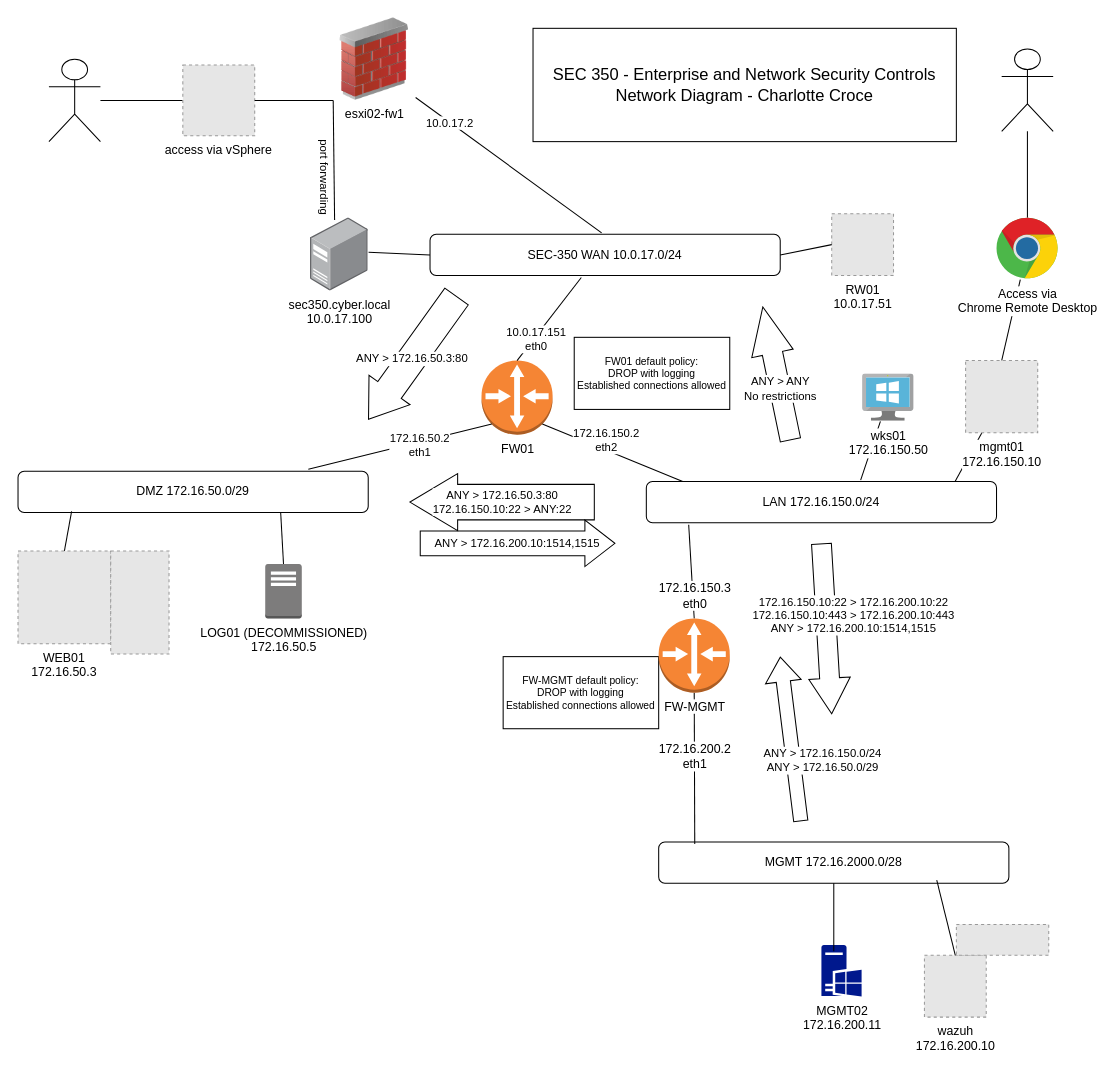
Earlier version of the draw.io diagram net-sec-controls-sec350/SEC350_network-diagram.drawio (charlottecroce/ChamplainTechJournals). Source tidied: cells renumbered, new cells numbered last; positions are measured from the earlier drawing's top-left corner, leaving out a move shared by most shapes. Both pictures are drawn from the tidied source at 103%, with x=0, y=0 at pixel (18, 18). Pictures stored in the file or linked from it are replaced by grey dashed boxes.
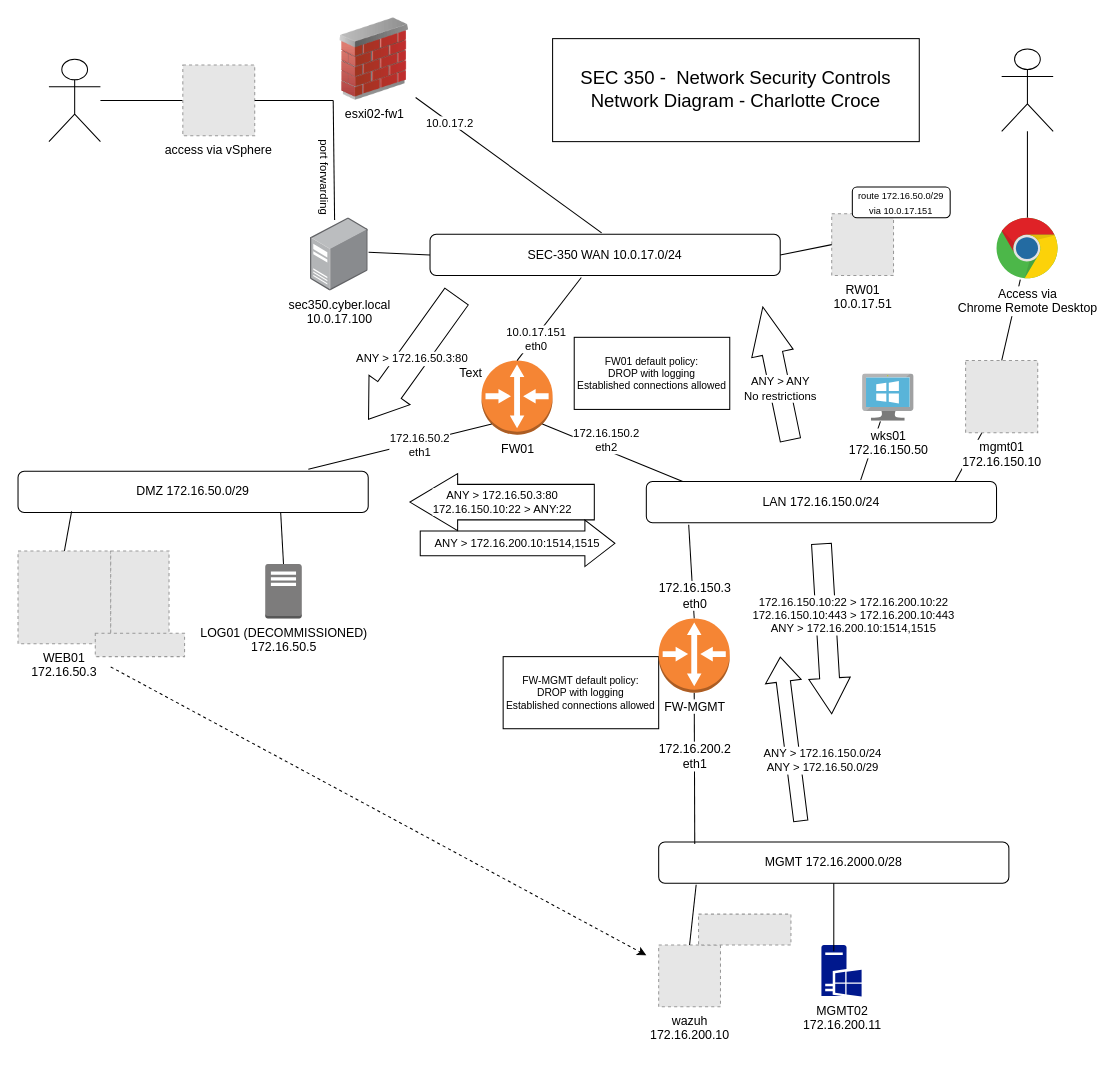
The same diagram, later.

The change refers to these unchanged cells:
```xml
<mxCell id="24" value="MGMT 172.16.2000.0/28" style="rounded=1;whiteSpace=wrap;html=1;align=center;" parent="1" vertex="1">
  <mxGeometry x="622" y="800" width="340" height="40" as="geometry" />
</mxCell>
```

Change to the diagram source:
```diff
@@
     <mxCell id="29" value="wazuh&lt;div&gt;172.16.200.10&lt;/div&gt;" style="fillColor=#E6E6E6;strokeColor=#999999;dashed=1;html=1;verticalAlign=top;verticalLabelPosition=bottom;labelBackgroundColor=#ffffff;" parent="1" vertex="1">
-      <mxGeometry x="880" y="910" width="60" height="60" as="geometry" />
+      <mxGeometry x="622" y="900" width="60" height="60" as="geometry" />
     </mxCell>
@@
-    <mxCell id="32" style="endArrow=none;html=1;rounded=0;fontSize=12;startSize=8;endSize=8;curved=1;entryX=0.794;entryY=0.925;entryDx=0;entryDy=0;entryPerimeter=0;exitX=0.5;exitY=0;exitDx=0;exitDy=0;" parent="1" edge="1" source="29" target="24">
+    <mxCell id="32" style="endArrow=none;html=1;rounded=0;fontSize=12;startSize=8;endSize=8;curved=1;entryX=0.107;entryY=1.038;entryDx=0;entryDy=0;entryPerimeter=0;exitX=0.5;exitY=0;exitDx=0;exitDy=0;" parent="1" edge="1" source="29" target="24">
       <mxGeometry relative="1" as="geometry" />
     </mxCell>
@@
-    <mxCell id="53" value="&lt;div&gt;&lt;font style=&quot;font-size: 16px;&quot;&gt;SEC 350 - Enterprise and Network Security Controls&lt;/font&gt;&lt;/div&gt;&lt;div&gt;&lt;font style=&quot;font-size: 16px;&quot;&gt;&lt;font&gt;Network Diagram - Charlotte Croce&lt;/font&gt;&lt;font&gt;&lt;br&gt;&lt;/font&gt;&lt;/font&gt;&lt;/div&gt;" style="rounded=0;whiteSpace=wrap;html=1;" parent="1" vertex="1">
-      <mxGeometry x="500" y="10" width="411" height="110" as="geometry" />
+    <mxCell id="53" value="&lt;div&gt;&lt;font style=&quot;font-size: 18px;&quot;&gt;SEC 350 -&amp;nbsp; Network Security Controls&lt;/font&gt;&lt;/div&gt;&lt;div&gt;&lt;font style=&quot;&quot;&gt;&lt;font style=&quot;font-size: 18px;&quot;&gt;Network Diagram - Charlotte Croce&lt;/font&gt;&lt;font style=&quot;font-size: 16px;&quot;&gt;&lt;br&gt;&lt;/font&gt;&lt;/font&gt;&lt;/div&gt;" style="rounded=0;whiteSpace=wrap;html=1;" parent="1" vertex="1">
+      <mxGeometry x="519" y="20" width="356" height="100" as="geometry" />
     </mxCell>
     <mxCell id="54" style="fillColor=#E6E6E6;strokeColor=#999999;dashed=1;verticalLabelPosition=bottom;labelBackgroundColor=default;verticalAlign=top;" parent="1" vertex="1">
-      <mxGeometry x="911" y="880" width="89.7" height="30" as="geometry" />
+      <mxGeometry x="660.7" y="870" width="89.7" height="30" as="geometry" />
     </mxCell>
@@
+    <mxCell id="60" value="Text" style="text;strokeColor=none;align=center;fillColor=none;html=1;verticalAlign=middle;whiteSpace=wrap;rounded=0;" parent="1" vertex="1">
+      <mxGeometry x="410" y="330" width="60" height="30" as="geometry" />
+    </mxCell>
+    <mxCell id="61" value="&lt;font style=&quot;font-size: 9px;&quot;&gt;route 172.16.50.0/29 via 10.0.17.151&lt;/font&gt;" style="rounded=1;whiteSpace=wrap;html=1;" parent="1" vertex="1">
+      <mxGeometry x="810" y="164" width="95" height="30" as="geometry" />
+    </mxCell>
+    <mxCell id="62" style="fillColor=#E6E6E6;strokeColor=#999999;dashed=1;verticalLabelPosition=bottom;labelBackgroundColor=default;verticalAlign=top;" parent="1" vertex="1">
+      <mxGeometry x="75" y="597.4" width="86.7" height="22.6" as="geometry" />
+    </mxCell>
+    <mxCell id="63" style="endArrow=classic;html=1;rounded=0;dashed=1;" parent="1" edge="1">
+      <mxGeometry relative="1" as="geometry">
+        <mxPoint x="90" y="630" as="sourcePoint" />
+        <mxPoint x="610" y="910" as="targetPoint" />
+      </mxGeometry>
+    </mxCell>
```
